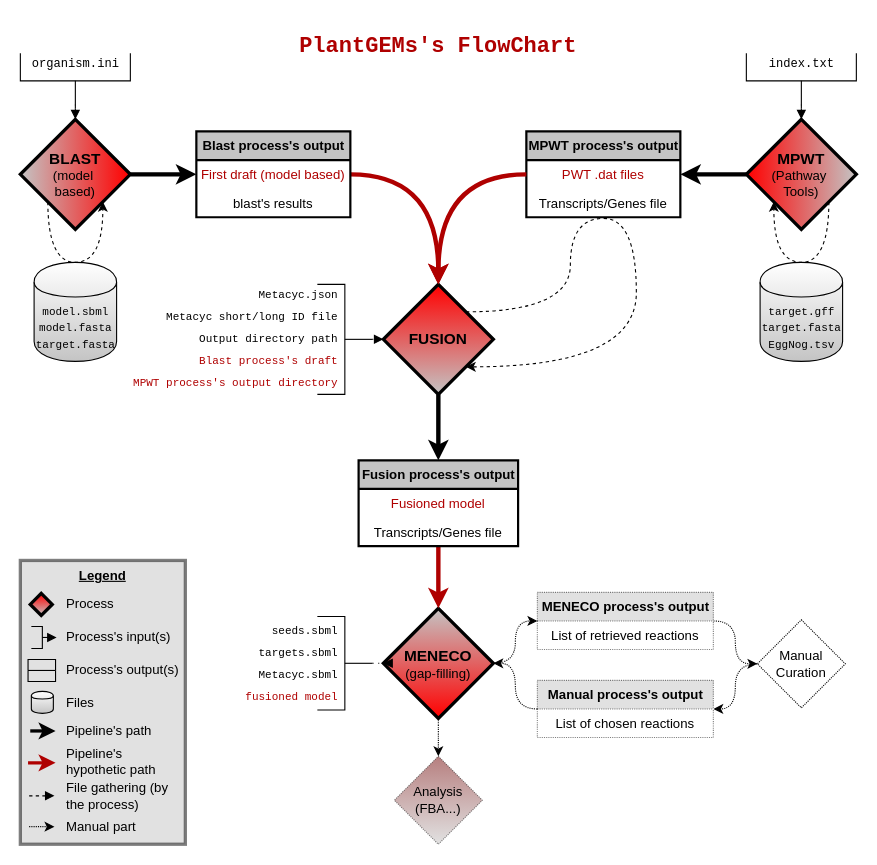
This is Flowchart_PlantGEMs.drawio from AsaLap/PlantGEMs, a draw.io file, before an edit. Source tidied: cells renumbered, new cells numbered last; positions are measured from the earlier drawing's top-left corner, leaving out a move shared by most shapes. Both pictures are drawn from the tidied source at 110%, with x=0, y=0 at pixel (20, 30).
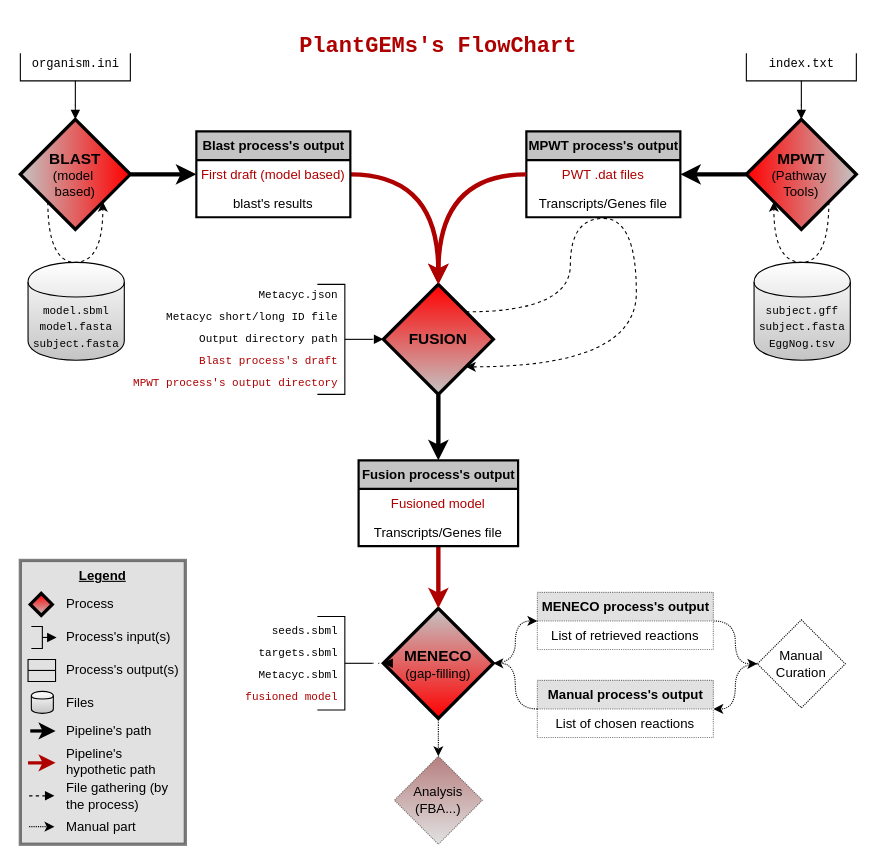
The same diagram, later.

Commit message:
Changed target -> subject

What changed in the source:
```diff
@@
-    <mxCell id="31" value="&lt;font face=&quot;Courier New&quot; style=&quot;font-size: 10px&quot;&gt;model.sbml&lt;br&gt;model.fasta&lt;br&gt;target.fasta&lt;/font&gt;" style="shape=cylinder;html=1;boundedLbl=1;backgroundOutline=1;align=center;labelBackgroundColor=none;labelBorderColor=none;whiteSpace=wrap;fillColor=#C4C4C4;gradientColor=#ffffff;gradientDirection=north;" parent="1" vertex="1">
-      <mxGeometry x="12.5" y="211" width="75" height="90" as="geometry" />
+    <mxCell id="31" value="&lt;font face=&quot;Courier New&quot; style=&quot;font-size: 10px&quot;&gt;model.sbml&lt;br&gt;model.fasta&lt;br&gt;subject.fasta&lt;/font&gt;" style="shape=cylinder;html=1;boundedLbl=1;backgroundOutline=1;align=center;labelBackgroundColor=none;labelBorderColor=none;whiteSpace=wrap;fillColor=#C4C4C4;gradientColor=#ffffff;gradientDirection=north;" parent="1" vertex="1">
+      <mxGeometry x="7" y="211" width="87.5" height="89" as="geometry" />
     </mxCell>
@@
-    <mxCell id="34" value="&lt;font face=&quot;Courier New&quot; style=&quot;font-size: 10px&quot;&gt;target.gff&lt;br&gt;target.fasta&lt;br&gt;EggNog.tsv&lt;/font&gt;" style="shape=cylinder;html=1;boundedLbl=1;backgroundOutline=1;align=center;labelBackgroundColor=none;labelBorderColor=none;whiteSpace=wrap;fillColor=#C4C4C4;gradientColor=#ffffff;gradientDirection=north;" parent="1" vertex="1">
-      <mxGeometry x="672.5" y="211" width="75" height="90" as="geometry" />
+    <mxCell id="34" value="&lt;font face=&quot;Courier New&quot; style=&quot;font-size: 10px&quot;&gt;subject.gff&lt;br&gt;subject.fasta&lt;br&gt;EggNog.tsv&lt;/font&gt;" style="shape=cylinder;html=1;boundedLbl=1;backgroundOutline=1;align=center;labelBackgroundColor=none;labelBorderColor=none;whiteSpace=wrap;fillColor=#C4C4C4;gradientColor=#ffffff;gradientDirection=north;" parent="1" vertex="1">
+      <mxGeometry x="667" y="211" width="87.5" height="89" as="geometry" />
     </mxCell>
```
